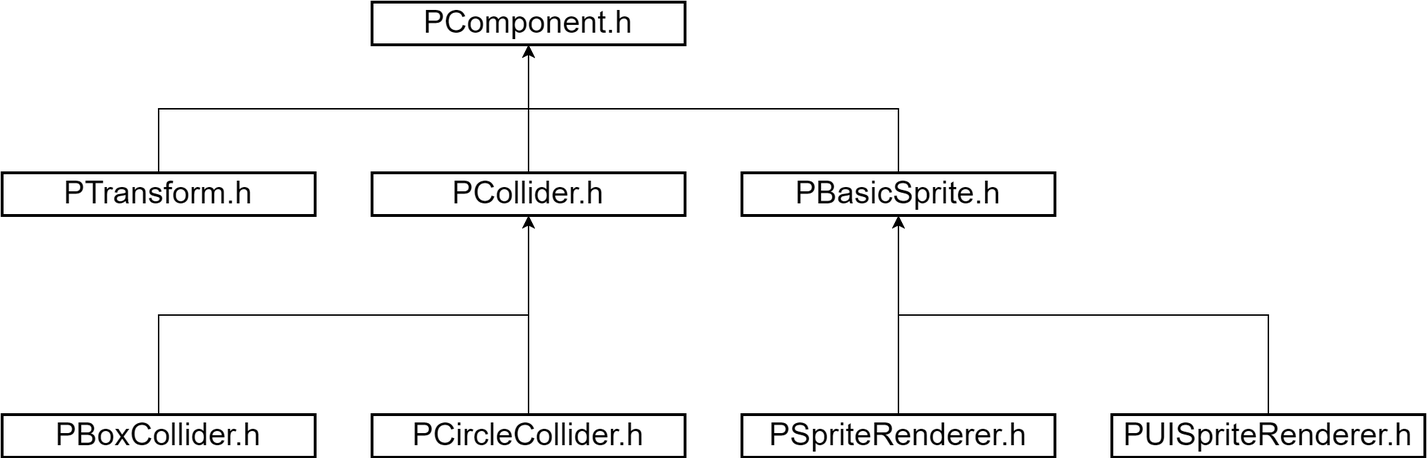
Earlier version of the draw.io export assets/images/002/PunityComponents.png (extremq/blog). Source tidied: cells renumbered, new cells last; positions are measured from the earlier drawing's top-left corner, leaving out a move shared by most shapes. Source of this version:
```xml
<mxGraphModel>
  <root>
    <mxCell id="0" />
    <mxCell id="1" parent="0" />
    <mxCell id="2" value="&lt;font style=&quot;font-size: 22px;&quot;&gt;PComponent.h&lt;/font&gt;" style="rounded=0;whiteSpace=wrap;html=1;strokeWidth=2;" parent="1" vertex="1">
      <mxGeometry x="260" width="220" height="30" as="geometry" />
    </mxCell>
    <mxCell id="3" style="edgeStyle=orthogonalEdgeStyle;rounded=0;jettySize=auto;html=1;exitX=0.5;exitY=0;exitDx=0;exitDy=0;entryX=0.5;entryY=1;entryDx=0;entryDy=0;" parent="1" edge="1" source="4" target="2">
      <mxGeometry relative="1" as="geometry" />
    </mxCell>
    <mxCell id="4" value="&lt;span style=&quot;font-size: 22px;&quot;&gt;PCollider.h&lt;/span&gt;" style="rounded=0;whiteSpace=wrap;html=1;strokeWidth=2;" parent="1" vertex="1">
      <mxGeometry x="260" y="120" width="220" height="30" as="geometry" />
    </mxCell>
    <mxCell id="5" style="edgeStyle=orthogonalEdgeStyle;rounded=0;jettySize=auto;html=1;exitX=0.5;exitY=0;exitDx=0;exitDy=0;entryX=0.5;entryY=1;entryDx=0;entryDy=0;" parent="1" edge="1" source="6" target="4">
      <mxGeometry relative="1" as="geometry" />
    </mxCell>
    <mxCell id="6" value="&lt;span style=&quot;font-size: 22px;&quot;&gt;PBoxCollider.h&lt;/span&gt;" style="rounded=0;whiteSpace=wrap;html=1;strokeWidth=2;" parent="1" vertex="1">
      <mxGeometry y="290" width="220" height="30" as="geometry" />
    </mxCell>
    <mxCell id="7" style="edgeStyle=orthogonalEdgeStyle;rounded=0;jettySize=auto;html=1;exitX=0.5;exitY=0;exitDx=0;exitDy=0;entryX=0.5;entryY=1;entryDx=0;entryDy=0;" parent="1" edge="1" source="8" target="4">
      <mxGeometry relative="1" as="geometry" />
    </mxCell>
    <mxCell id="8" value="&lt;span style=&quot;font-size: 22px;&quot;&gt;PCircleCollider.h&lt;/span&gt;" style="rounded=0;whiteSpace=wrap;html=1;strokeWidth=2;" parent="1" vertex="1">
      <mxGeometry x="260" y="290" width="220" height="30" as="geometry" />
    </mxCell>
    <mxCell id="9" style="edgeStyle=orthogonalEdgeStyle;rounded=0;jettySize=auto;html=1;exitX=0.5;exitY=0;exitDx=0;exitDy=0;entryX=0.5;entryY=1;entryDx=0;entryDy=0;" parent="1" edge="1" source="10" target="2">
      <mxGeometry relative="1" as="geometry" />
    </mxCell>
    <mxCell id="10" value="&lt;font style=&quot;font-size: 22px;&quot;&gt;PBasicSprite.h&lt;/font&gt;" style="rounded=0;whiteSpace=wrap;html=1;strokeWidth=2;" parent="1" vertex="1">
      <mxGeometry x="520" y="120" width="220" height="30" as="geometry" />
    </mxCell>
    <mxCell id="11" style="edgeStyle=orthogonalEdgeStyle;rounded=0;jettySize=auto;html=1;exitX=0.5;exitY=0;exitDx=0;exitDy=0;entryX=0.5;entryY=1;entryDx=0;entryDy=0;" parent="1" edge="1" source="12" target="10">
      <mxGeometry relative="1" as="geometry" />
    </mxCell>
    <mxCell id="12" value="&lt;font style=&quot;font-size: 22px;&quot;&gt;PSpriteRenderer.h&lt;/font&gt;" style="rounded=0;whiteSpace=wrap;html=1;strokeWidth=2;" parent="1" vertex="1">
      <mxGeometry x="520" y="290" width="220" height="30" as="geometry" />
    </mxCell>
    <mxCell id="13" style="edgeStyle=orthogonalEdgeStyle;rounded=0;jettySize=auto;html=1;exitX=0.5;exitY=0;exitDx=0;exitDy=0;entryX=0.5;entryY=1;entryDx=0;entryDy=0;" parent="1" edge="1" source="14" target="10">
      <mxGeometry relative="1" as="geometry" />
    </mxCell>
    <mxCell id="14" value="&lt;font style=&quot;font-size: 22px;&quot;&gt;PUISpriteRenderer.h&lt;/font&gt;" style="rounded=0;whiteSpace=wrap;html=1;strokeWidth=2;" parent="1" vertex="1">
      <mxGeometry x="780" y="290" width="220" height="30" as="geometry" />
    </mxCell>
    <mxCell id="15" style="edgeStyle=orthogonalEdgeStyle;rounded=0;jettySize=auto;html=1;exitX=0.5;exitY=0;exitDx=0;exitDy=0;entryX=0.5;entryY=1;entryDx=0;entryDy=0;" parent="1" edge="1" source="16" target="2">
      <mxGeometry relative="1" as="geometry" />
    </mxCell>
    <mxCell id="16" value="&lt;font style=&quot;font-size: 22px;&quot;&gt;PTransform.h&lt;/font&gt;" style="rounded=0;whiteSpace=wrap;html=1;strokeWidth=2;" parent="1" vertex="1">
      <mxGeometry y="120" width="220" height="30" as="geometry" />
    </mxCell>
  </root>
</mxGraphModel>
```
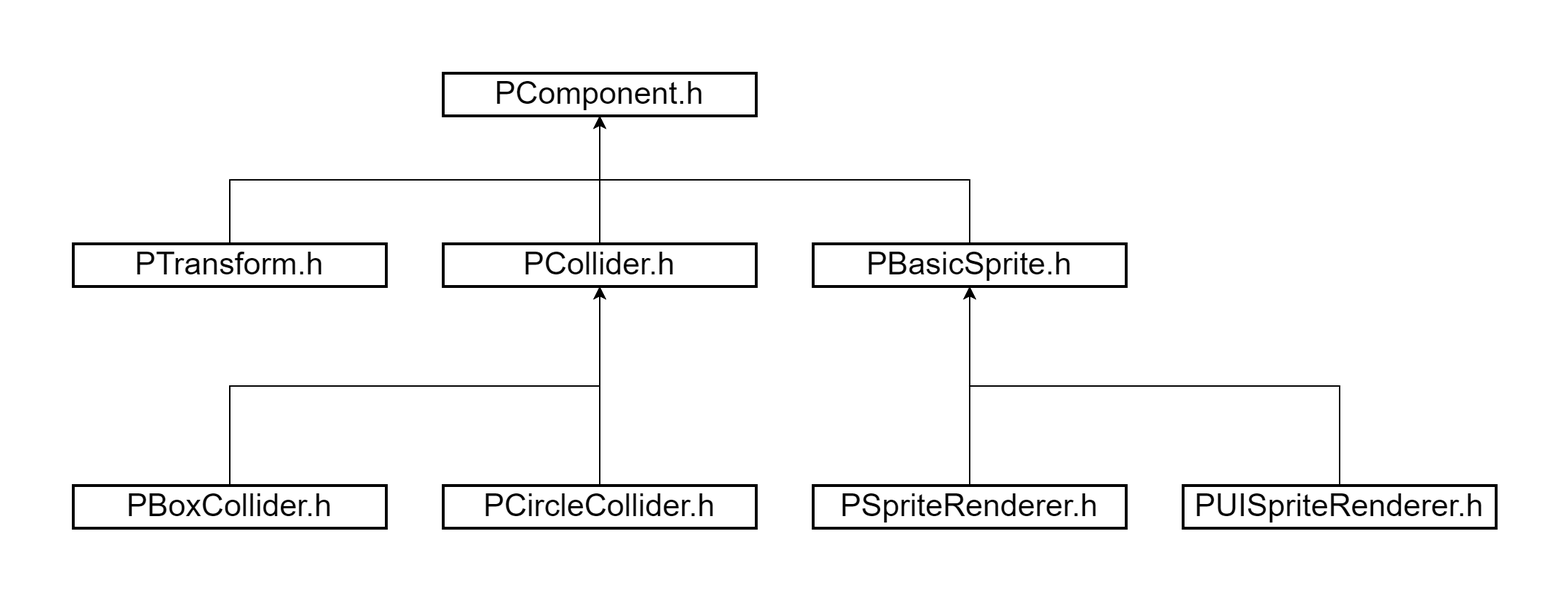
The same diagram one commit later.

Commit message:
Polish the punity blog.

What changed in the source:
```diff
@@ -1,50 +1,50 @@
 <mxGraphModel>
   <root>
-    <mxCell id="0" />
-    <mxCell id="1" parent="0" />
+    <mxCell id="17" />
+    <mxCell id="18" parent="17" />
-    <mxCell id="2" value="&lt;font style=&quot;font-size: 22px;&quot;&gt;PComponent.h&lt;/font&gt;" style="rounded=0;whiteSpace=wrap;html=1;strokeWidth=2;" parent="1" vertex="1">
+    <mxCell id="2" value="&lt;font style=&quot;font-size: 22px;&quot;&gt;PComponent.h&lt;/font&gt;" style="rounded=0;whiteSpace=wrap;html=1;strokeWidth=2;" parent="18" vertex="1">
       <mxGeometry x="260" width="220" height="30" as="geometry" />
     </mxCell>
-    <mxCell id="3" style="edgeStyle=orthogonalEdgeStyle;rounded=0;jettySize=auto;html=1;exitX=0.5;exitY=0;exitDx=0;exitDy=0;entryX=0.5;entryY=1;entryDx=0;entryDy=0;" parent="1" edge="1" source="4" target="2">
+    <mxCell id="3" style="edgeStyle=orthogonalEdgeStyle;rounded=0;jettySize=auto;html=1;exitX=0.5;exitY=0;exitDx=0;exitDy=0;entryX=0.5;entryY=1;entryDx=0;entryDy=0;" parent="18" edge="1" source="4" target="2">
       <mxGeometry relative="1" as="geometry" />
     </mxCell>
-    <mxCell id="4" value="&lt;span style=&quot;font-size: 22px;&quot;&gt;PCollider.h&lt;/span&gt;" style="rounded=0;whiteSpace=wrap;html=1;strokeWidth=2;" parent="1" vertex="1">
+    <mxCell id="4" value="&lt;span style=&quot;font-size: 22px;&quot;&gt;PCollider.h&lt;/span&gt;" style="rounded=0;whiteSpace=wrap;html=1;strokeWidth=2;" parent="18" vertex="1">
       <mxGeometry x="260" y="120" width="220" height="30" as="geometry" />
     </mxCell>
-    <mxCell id="5" style="edgeStyle=orthogonalEdgeStyle;rounded=0;jettySize=auto;html=1;exitX=0.5;exitY=0;exitDx=0;exitDy=0;entryX=0.5;entryY=1;entryDx=0;entryDy=0;" parent="1" edge="1" source="6" target="4">
+    <mxCell id="5" style="edgeStyle=orthogonalEdgeStyle;rounded=0;jettySize=auto;html=1;exitX=0.5;exitY=0;exitDx=0;exitDy=0;entryX=0.5;entryY=1;entryDx=0;entryDy=0;" parent="18" edge="1" source="6" target="4">
       <mxGeometry relative="1" as="geometry" />
     </mxCell>
-    <mxCell id="6" value="&lt;span style=&quot;font-size: 22px;&quot;&gt;PBoxCollider.h&lt;/span&gt;" style="rounded=0;whiteSpace=wrap;html=1;strokeWidth=2;" parent="1" vertex="1">
+    <mxCell id="6" value="&lt;span style=&quot;font-size: 22px;&quot;&gt;PBoxCollider.h&lt;/span&gt;" style="rounded=0;whiteSpace=wrap;html=1;strokeWidth=2;" parent="18" vertex="1">
       <mxGeometry y="290" width="220" height="30" as="geometry" />
     </mxCell>
-    <mxCell id="7" style="edgeStyle=orthogonalEdgeStyle;rounded=0;jettySize=auto;html=1;exitX=0.5;exitY=0;exitDx=0;exitDy=0;entryX=0.5;entryY=1;entryDx=0;entryDy=0;" parent="1" edge="1" source="8" target="4">
+    <mxCell id="7" style="edgeStyle=orthogonalEdgeStyle;rounded=0;jettySize=auto;html=1;exitX=0.5;exitY=0;exitDx=0;exitDy=0;entryX=0.5;entryY=1;entryDx=0;entryDy=0;" parent="18" edge="1" source="8" target="4">
       <mxGeometry relative="1" as="geometry" />
     </mxCell>
-    <mxCell id="8" value="&lt;span style=&quot;font-size: 22px;&quot;&gt;PCircleCollider.h&lt;/span&gt;" style="rounded=0;whiteSpace=wrap;html=1;strokeWidth=2;" parent="1" vertex="1">
+    <mxCell id="8" value="&lt;span style=&quot;font-size: 22px;&quot;&gt;PCircleCollider.h&lt;/span&gt;" style="rounded=0;whiteSpace=wrap;html=1;strokeWidth=2;" parent="18" vertex="1">
       <mxGeometry x="260" y="290" width="220" height="30" as="geometry" />
     </mxCell>
-    <mxCell id="9" style="edgeStyle=orthogonalEdgeStyle;rounded=0;jettySize=auto;html=1;exitX=0.5;exitY=0;exitDx=0;exitDy=0;entryX=0.5;entryY=1;entryDx=0;entryDy=0;" parent="1" edge="1" source="10" target="2">
+    <mxCell id="9" style="edgeStyle=orthogonalEdgeStyle;rounded=0;jettySize=auto;html=1;exitX=0.5;exitY=0;exitDx=0;exitDy=0;entryX=0.5;entryY=1;entryDx=0;entryDy=0;" parent="18" edge="1" source="10" target="2">
       <mxGeometry relative="1" as="geometry" />
     </mxCell>
-    <mxCell id="10" value="&lt;font style=&quot;font-size: 22px;&quot;&gt;PBasicSprite.h&lt;/font&gt;" style="rounded=0;whiteSpace=wrap;html=1;strokeWidth=2;" parent="1" vertex="1">
+    <mxCell id="10" value="&lt;font style=&quot;font-size: 22px;&quot;&gt;PBasicSprite.h&lt;/font&gt;" style="rounded=0;whiteSpace=wrap;html=1;strokeWidth=2;" parent="18" vertex="1">
       <mxGeometry x="520" y="120" width="220" height="30" as="geometry" />
     </mxCell>
-    <mxCell id="11" style="edgeStyle=orthogonalEdgeStyle;rounded=0;jettySize=auto;html=1;exitX=0.5;exitY=0;exitDx=0;exitDy=0;entryX=0.5;entryY=1;entryDx=0;entryDy=0;" parent="1" edge="1" source="12" target="10">
+    <mxCell id="11" style="edgeStyle=orthogonalEdgeStyle;rounded=0;jettySize=auto;html=1;exitX=0.5;exitY=0;exitDx=0;exitDy=0;entryX=0.5;entryY=1;entryDx=0;entryDy=0;" parent="18" edge="1" source="12" target="10">
       <mxGeometry relative="1" as="geometry" />
     </mxCell>
-    <mxCell id="12" value="&lt;font style=&quot;font-size: 22px;&quot;&gt;PSpriteRenderer.h&lt;/font&gt;" style="rounded=0;whiteSpace=wrap;html=1;strokeWidth=2;" parent="1" vertex="1">
+    <mxCell id="12" value="&lt;font style=&quot;font-size: 22px;&quot;&gt;PSpriteRenderer.h&lt;/font&gt;" style="rounded=0;whiteSpace=wrap;html=1;strokeWidth=2;" parent="18" vertex="1">
       <mxGeometry x="520" y="290" width="220" height="30" as="geometry" />
     </mxCell>
-    <mxCell id="13" style="edgeStyle=orthogonalEdgeStyle;rounded=0;jettySize=auto;html=1;exitX=0.5;exitY=0;exitDx=0;exitDy=0;entryX=0.5;entryY=1;entryDx=0;entryDy=0;" parent="1" edge="1" source="14" target="10">
+    <mxCell id="13" style="edgeStyle=orthogonalEdgeStyle;rounded=0;jettySize=auto;html=1;exitX=0.5;exitY=0;exitDx=0;exitDy=0;entryX=0.5;entryY=1;entryDx=0;entryDy=0;" parent="18" edge="1" source="14" target="10">
       <mxGeometry relative="1" as="geometry" />
     </mxCell>
-    <mxCell id="14" value="&lt;font style=&quot;font-size: 22px;&quot;&gt;PUISpriteRenderer.h&lt;/font&gt;" style="rounded=0;whiteSpace=wrap;html=1;strokeWidth=2;" parent="1" vertex="1">
+    <mxCell id="14" value="&lt;font style=&quot;font-size: 22px;&quot;&gt;PUISpriteRenderer.h&lt;/font&gt;" style="rounded=0;whiteSpace=wrap;html=1;strokeWidth=2;" parent="18" vertex="1">
       <mxGeometry x="780" y="290" width="220" height="30" as="geometry" />
     </mxCell>
-    <mxCell id="15" style="edgeStyle=orthogonalEdgeStyle;rounded=0;jettySize=auto;html=1;exitX=0.5;exitY=0;exitDx=0;exitDy=0;entryX=0.5;entryY=1;entryDx=0;entryDy=0;" parent="1" edge="1" source="16" target="2">
+    <mxCell id="15" style="edgeStyle=orthogonalEdgeStyle;rounded=0;jettySize=auto;html=1;exitX=0.5;exitY=0;exitDx=0;exitDy=0;entryX=0.5;entryY=1;entryDx=0;entryDy=0;" parent="18" edge="1" source="16" target="2">
       <mxGeometry relative="1" as="geometry" />
     </mxCell>
-    <mxCell id="16" value="&lt;font style=&quot;font-size: 22px;&quot;&gt;PTransform.h&lt;/font&gt;" style="rounded=0;whiteSpace=wrap;html=1;strokeWidth=2;" parent="1" vertex="1">
+    <mxCell id="16" value="&lt;font style=&quot;font-size: 22px;&quot;&gt;PTransform.h&lt;/font&gt;" style="rounded=0;whiteSpace=wrap;html=1;strokeWidth=2;" parent="18" vertex="1">
       <mxGeometry y="120" width="220" height="30" as="geometry" />
     </mxCell>
   </root>
```
